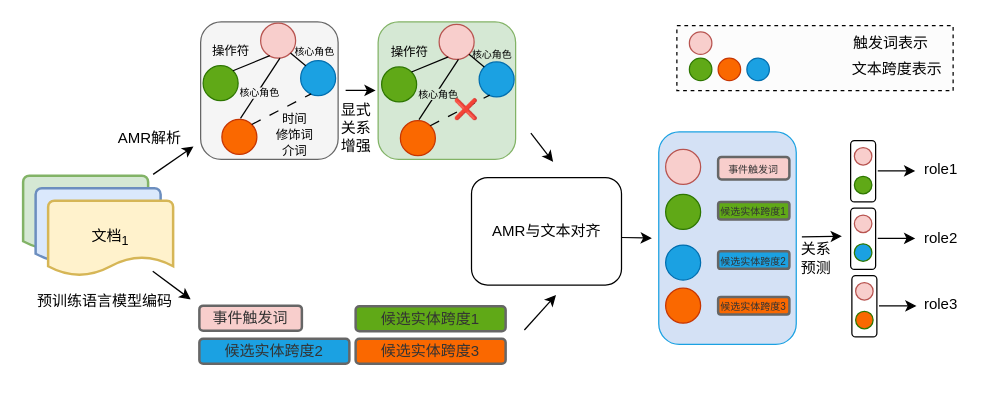
The draw.io diagram work2/AMR-ERGP-model-中文版.drawio in crawlerWPS/drawing, before the edit. Source tidied: cells renumbered, new cells numbered last; positions are measured from the earlier drawing's top-left corner, leaving out a move shared by most shapes. Both pictures are drawn from the tidied source at 125%, with x=0, y=0 at pixel (22, 21).
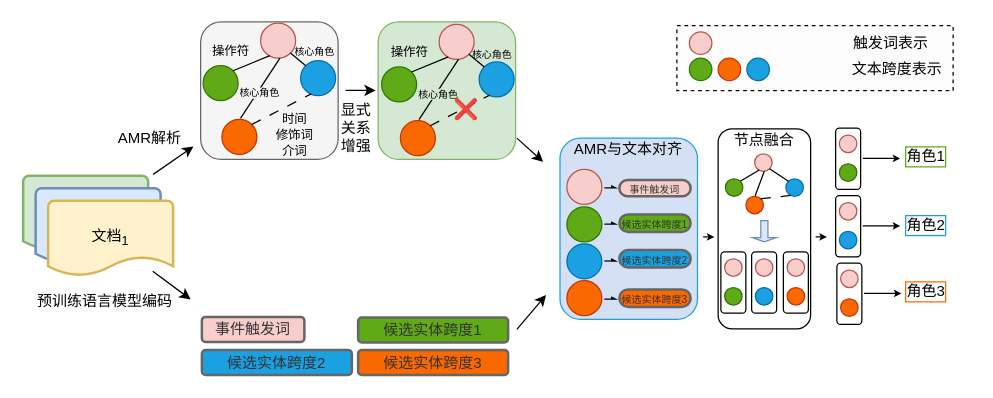
The same page after the edit.

Commit message:
更新AMR-ERGP-model-中文版.drawio

Diff of the diagram source:
```diff
@@
     <mxCell id="2" style="rounded=1;whiteSpace=wrap;html=1;" parent="1" vertex="1">
-      <mxGeometry x="662" y="95" width="20" height="49" as="geometry" />
+      <mxGeometry x="650" y="85" width="20" height="49" as="geometry" />
     </mxCell>
@@
     <mxCell id="6" value="事件触发词" style="rounded=1;whiteSpace=wrap;html=1;strokeWidth=2;fillColor=#F8CECC;fontColor=#333333;strokeColor=#666666;" parent="1" vertex="1">
-      <mxGeometry x="141" y="227" width="82" height="20" as="geometry" />
+      <mxGeometry x="143" y="236" width="82" height="20" as="geometry" />
     </mxCell>
     <mxCell id="7" value="候选实体跨度1" style="rounded=1;whiteSpace=wrap;html=1;strokeWidth=2;fillColor=#60A917;fontColor=#333333;strokeColor=#666666;" parent="1" vertex="1">
-      <mxGeometry x="266" y="227.5" width="120" height="20" as="geometry" />
+      <mxGeometry x="268" y="236.5" width="120" height="20" as="geometry" />
     </mxCell>
     <mxCell id="8" value="候选实体跨度3" style="rounded=1;whiteSpace=wrap;html=1;strokeWidth=2;fillColor=#FA6800;fontColor=#333333;strokeColor=#666666;" parent="1" vertex="1">
-      <mxGeometry x="266" y="253.5" width="120" height="20" as="geometry" />
+      <mxGeometry x="268" y="262.5" width="120" height="20" as="geometry" />
     </mxCell>
@@
-    <mxCell id="25" value="AMR与文本对齐" style="rounded=1;whiteSpace=wrap;html=1;" parent="1" vertex="1">
-      <mxGeometry x="358.7" y="124.5" width="120" height="86" as="geometry" />
-    </mxCell>
@@
     <mxCell id="27" style="endArrow=classic;html=1;rounded=0;" parent="1" edge="1">
       <mxGeometry relative="1" as="geometry">
-        <mxPoint x="406.2" y="89" as="sourcePoint" />
-        <mxPoint x="424" y="112" as="targetPoint" />
+        <mxPoint x="395" y="93" as="sourcePoint" />
+        <mxPoint x="416" y="112" as="targetPoint" />
       </mxGeometry>
     </mxCell>
-    <mxCell id="28" style="rounded=0;orthogonalLoop=1;jettySize=auto;html=1;" parent="1" edge="1">
+    <mxCell id="28" style="rounded=0;orthogonalLoop=1;jettySize=auto;html=1;endSize=3;" parent="1" edge="1">
       <mxGeometry relative="1" as="geometry">
-        <mxPoint x="623" y="172" as="sourcePoint" />
-        <mxPoint x="655" y="171.5" as="targetPoint" />
+        <mxPoint x="544" y="172" as="sourcePoint" />
+        <mxPoint x="553" y="172" as="targetPoint" />
       </mxGeometry>
     </mxCell>
     <mxCell id="29" style="rounded=1;whiteSpace=wrap;html=1;fillColor=#D4E1F5;strokeColor=#1BA1E2;" parent="1" vertex="1">
-      <mxGeometry x="508.5" y="88" width="110" height="170" as="geometry" />
+      <mxGeometry x="429.5" y="93" width="110" height="145" as="geometry" />
     </mxCell>
     <mxCell id="30" style="ellipse;whiteSpace=wrap;html=1;fillColor=#f8cecc;strokeColor=#b85450;" parent="1" vertex="1">
-      <mxGeometry x="514" y="102" width="28" height="28" as="geometry" />
+      <mxGeometry x="435" y="118" width="28" height="28" as="geometry" />
     </mxCell>
     <mxCell id="31" style="ellipse;whiteSpace=wrap;html=1;fillColor=#1ba1e2;fontColor=#ffffff;strokeColor=#006EAF;" parent="1" vertex="1">
-      <mxGeometry x="514" y="178.5" width="28" height="28" as="geometry" />
+      <mxGeometry x="435" y="177.5" width="28" height="28" as="geometry" />
     </mxCell>
     <mxCell id="32" style="ellipse;whiteSpace=wrap;html=1;fillColor=#60a917;fontColor=#ffffff;strokeColor=#2D7600;" parent="1" vertex="1">
-      <mxGeometry x="514" y="138" width="28" height="28" as="geometry" />
+      <mxGeometry x="435" y="148" width="28" height="28" as="geometry" />
     </mxCell>
     <mxCell id="33" style="ellipse;whiteSpace=wrap;html=1;fillColor=#fa6800;fontColor=#000000;strokeColor=#C73500;" parent="1" vertex="1">
-      <mxGeometry x="514" y="213" width="28" height="28" as="geometry" />
+      <mxGeometry x="435" y="207" width="28" height="28" as="geometry" />
     </mxCell>
-    <mxCell id="34" value="关系&lt;br&gt;预测" style="text;html=1;align=center;verticalAlign=middle;strokeColor=none;fillColor=none;" parent="1" vertex="1">
-      <mxGeometry x="608.5" y="168.5" width="50" height="40" as="geometry" />
-    </mxCell>
     <mxCell id="35" style="ellipse;whiteSpace=wrap;html=1;fillColor=#f8cecc;strokeColor=#b85450;" parent="1" vertex="1">
-      <mxGeometry x="665" y="100.5" width="14" height="14" as="geometry" />
+      <mxGeometry x="653" y="90.5" width="14" height="14" as="geometry" />
     </mxCell>
     <mxCell id="36" style="ellipse;whiteSpace=wrap;html=1;fillColor=#60a917;fontColor=#ffffff;strokeColor=#2D7600;" parent="1" vertex="1">
-      <mxGeometry x="665" y="123.5" width="14" height="14" as="geometry" />
+      <mxGeometry x="653" y="113.5" width="14" height="14" as="geometry" />
     </mxCell>
-    <mxCell id="37" style="endArrow=classic;html=1;rounded=0;" parent="1" edge="1">
+    <mxCell id="37" style="endArrow=classic;html=1;rounded=0;startSize=6;endSize=3;" parent="1" edge="1">
       <mxGeometry relative="1" as="geometry">
-        <mxPoint x="683.7" y="119.2" as="sourcePoint" />
-        <mxPoint x="713.7" y="119.2" as="targetPoint" />
+        <mxPoint x="671.7" y="109.2" as="sourcePoint" />
+        <mxPoint x="701.7" y="109.2" as="targetPoint" />
       </mxGeometry>
     </mxCell>
     <mxCell id="38" style="rounded=1;whiteSpace=wrap;html=1;" parent="1" vertex="1">
-      <mxGeometry x="662" y="149" width="20" height="49" as="geometry" />
+      <mxGeometry x="650" y="139" width="20" height="49" as="geometry" />
     </mxCell>
     <mxCell id="39" style="ellipse;whiteSpace=wrap;html=1;fillColor=#f8cecc;strokeColor=#b85450;" parent="1" vertex="1">
-      <mxGeometry x="665" y="154.5" width="14" height="14" as="geometry" />
+      <mxGeometry x="653" y="144.5" width="14" height="14" as="geometry" />
     </mxCell>
-    <mxCell id="40" style="ellipse;whiteSpace=wrap;html=1;fillColor=#1BA1E2;fontColor=#ffffff;strokeColor=#2D7600;" parent="1" vertex="1">
-      <mxGeometry x="665" y="177.5" width="14" height="14" as="geometry" />
+    <mxCell id="40" style="ellipse;whiteSpace=wrap;html=1;fillColor=#1BA1E2;fontColor=#ffffff;strokeColor=#006EAF;" parent="1" vertex="1">
+      <mxGeometry x="653" y="167.5" width="14" height="14" as="geometry" />
     </mxCell>
-    <mxCell id="41" style="endArrow=classic;html=1;rounded=0;" parent="1" edge="1">
+    <mxCell id="41" style="endArrow=classic;html=1;rounded=0;endSize=3;" parent="1" edge="1">
       <mxGeometry relative="1" as="geometry">
-        <mxPoint x="683.7" y="173.2" as="sourcePoint" />
-        <mxPoint x="713.7" y="173.2" as="targetPoint" />
+        <mxPoint x="671.7" y="163.2" as="sourcePoint" />
+        <mxPoint x="701.7" y="163.2" as="targetPoint" />
       </mxGeometry>
     </mxCell>
     <mxCell id="42" style="rounded=1;whiteSpace=wrap;html=1;" parent="1" vertex="1">
-      <mxGeometry x="663" y="203" width="20" height="49" as="geometry" />
+      <mxGeometry x="651" y="193" width="20" height="49" as="geometry" />
     </mxCell>
     <mxCell id="43" style="ellipse;whiteSpace=wrap;html=1;fillColor=#f8cecc;strokeColor=#b85450;" parent="1" vertex="1">
-      <mxGeometry x="666" y="208.5" width="14" height="14" as="geometry" />
+      <mxGeometry x="654" y="198.5" width="14" height="14" as="geometry" />
     </mxCell>
-    <mxCell id="44" style="ellipse;whiteSpace=wrap;html=1;fillColor=#FA6800;fontColor=#ffffff;strokeColor=#2D7600;" parent="1" vertex="1">
-      <mxGeometry x="666" y="231.5" width="14" height="14" as="geometry" />
+    <mxCell id="44" style="ellipse;whiteSpace=wrap;html=1;fillColor=#FA6800;fontColor=#ffffff;strokeColor=#C73500;" parent="1" vertex="1">
+      <mxGeometry x="654" y="221.5" width="14" height="14" as="geometry" />
     </mxCell>
-    <mxCell id="45" style="endArrow=classic;html=1;rounded=0;" parent="1" edge="1">
+    <mxCell id="45" style="endArrow=classic;html=1;rounded=0;endSize=3;" parent="1" edge="1">
       <mxGeometry relative="1" as="geometry">
-        <mxPoint x="684.7" y="227.2" as="sourcePoint" />
-        <mxPoint x="714.7" y="227.2" as="targetPoint" />
+        <mxPoint x="672.7" y="217.2" as="sourcePoint" />
+        <mxPoint x="702.7" y="217.2" as="targetPoint" />
       </mxGeometry>
     </mxCell>
@@
     <mxCell id="59" style="endArrow=classic;html=1;rounded=0;" parent="1" edge="1">
       <mxGeometry relative="1" as="geometry">
-        <mxPoint x="401" y="246.5" as="sourcePoint" />
-        <mxPoint x="426.3" y="218.5" as="targetPoint" />
+        <mxPoint x="395" y="246" as="sourcePoint" />
+        <mxPoint x="418.3" y="218.5" as="targetPoint" />
       </mxGeometry>
     </mxCell>
@@
     <mxCell id="67" value="候选实体跨度2" style="rounded=1;whiteSpace=wrap;html=1;strokeWidth=2;fillColor=#1BA1E2;fontColor=#333333;strokeColor=#666666;" parent="1" vertex="1">
-      <mxGeometry x="141" y="253.5" width="120" height="20" as="geometry" />
+      <mxGeometry x="143" y="262.5" width="120" height="20" as="geometry" />
     </mxCell>
-    <mxCell id="68" style="endArrow=classic;html=1;rounded=0;" parent="1" edge="1">
-      <mxGeometry relative="1" as="geometry">
-        <mxPoint x="478.7" y="172.5" as="sourcePoint" />
-        <mxPoint x="503" y="173" as="targetPoint" />
-      </mxGeometry>
-    </mxCell>
@@
-    <mxCell id="70" value="role1" style="text;html=1;align=center;verticalAlign=middle;strokeColor=none;fillColor=none;" parent="1" vertex="1">
-      <mxGeometry x="708.5" y="103" width="50" height="30" as="geometry" />
+    <mxCell id="70" value="角色1" style="text;html=1;align=center;verticalAlign=middle;strokeColor=none;fillColor=none;labelBorderColor=#60A917;" parent="1" vertex="1">
+      <mxGeometry x="696.5" y="93" width="50" height="30" as="geometry" />
     </mxCell>
-    <mxCell id="71" value="role2" style="text;html=1;align=center;verticalAlign=middle;strokeColor=none;fillColor=none;" parent="1" vertex="1">
-      <mxGeometry x="709" y="158" width="50" height="30" as="geometry" />
+    <mxCell id="71" value="角色2" style="text;html=1;align=center;verticalAlign=middle;strokeColor=none;fillColor=none;labelBorderColor=#1BA1E2;" parent="1" vertex="1">
+      <mxGeometry x="697" y="148" width="50" height="30" as="geometry" />
     </mxCell>
-    <mxCell id="72" value="role3" style="text;html=1;align=center;verticalAlign=middle;strokeColor=none;fillColor=none;" parent="1" vertex="1">
-      <mxGeometry x="708.5" y="210.5" width="50" height="30" as="geometry" />
+    <mxCell id="72" value="角色3" style="text;html=1;align=center;verticalAlign=middle;strokeColor=none;fillColor=none;labelBorderColor=#FA6800;" parent="1" vertex="1">
+      <mxGeometry x="696.5" y="200.5" width="50" height="30" as="geometry" />
     </mxCell>
-    <mxCell id="73" value="&lt;font style=&quot;font-size: 8px;&quot;&gt;事件触发词&lt;/font&gt;" style="rounded=1;whiteSpace=wrap;html=1;strokeWidth=2;fillColor=#F8CECC;fontColor=#333333;strokeColor=#666666;" parent="1" vertex="1">
-      <mxGeometry x="556" y="108" width="57" height="18" as="geometry" />
+    <mxCell id="73" value="&lt;font style=&quot;font-size: 8px;&quot;&gt;事件触发词&lt;/font&gt;" style="rounded=1;whiteSpace=wrap;html=1;strokeWidth=2;fillColor=#F8CECC;fontColor=#333333;strokeColor=#666666;arcSize=50;" parent="1" vertex="1">
+      <mxGeometry x="477" y="126.5" width="57" height="13" as="geometry" />
     </mxCell>
-    <mxCell id="74" value="&lt;font style=&quot;font-size: 8px;&quot;&gt;候选实体跨度1&lt;/font&gt;" style="rounded=1;whiteSpace=wrap;html=1;strokeWidth=2;fillColor=#60A917;fontColor=#333333;strokeColor=#666666;" parent="1" vertex="1">
-      <mxGeometry x="556" y="144" width="57" height="14" as="geometry" />
+    <mxCell id="74" value="&lt;font style=&quot;font-size: 8px;&quot;&gt;候选实体跨度1&lt;/font&gt;" style="rounded=1;whiteSpace=wrap;html=1;strokeWidth=2;fillColor=#60A917;fontColor=#333333;strokeColor=#666666;arcSize=50;" parent="1" vertex="1">
+      <mxGeometry x="477" y="154" width="57" height="14" as="geometry" />
     </mxCell>
-    <mxCell id="75" value="&lt;font style=&quot;font-size: 8px;&quot;&gt;候选实体跨度2&lt;/font&gt;" style="rounded=1;whiteSpace=wrap;html=1;strokeWidth=2;fillColor=#1BA1E2;fontColor=#333333;strokeColor=#666666;" parent="1" vertex="1">
-      <mxGeometry x="556" y="183.5" width="57" height="14" as="geometry" />
+    <mxCell id="75" value="&lt;font style=&quot;font-size: 8px;&quot;&gt;候选实体跨度2&lt;/font&gt;" style="rounded=1;whiteSpace=wrap;html=1;strokeWidth=2;fillColor=#1BA1E2;fontColor=#333333;strokeColor=#666666;arcSize=50;" parent="1" vertex="1">
+      <mxGeometry x="477" y="182.5" width="57" height="14" as="geometry" />
     </mxCell>
-    <mxCell id="76" value="&lt;font style=&quot;font-size: 8px;&quot;&gt;候选实体跨度3&lt;/font&gt;" style="rounded=1;whiteSpace=wrap;html=1;strokeWidth=2;fillColor=#FA6800;fontColor=#333333;strokeColor=#666666;" parent="1" vertex="1">
-      <mxGeometry x="556" y="220" width="57" height="14" as="geometry" />
+    <mxCell id="76" value="&lt;font style=&quot;font-size: 8px;&quot;&gt;候选实体跨度3&lt;/font&gt;" style="rounded=1;whiteSpace=wrap;html=1;strokeWidth=2;fillColor=#FA6800;fontColor=#333333;strokeColor=#666666;arcSize=50;" parent="1" vertex="1">
+      <mxGeometry x="477" y="214" width="57" height="14" as="geometry" />
     </mxCell>
+    <mxCell id="25" value="&lt;span style=&quot;color: rgb(0, 0, 0); font-family: Helvetica; font-size: 12px; font-style: normal; font-variant-ligatures: normal; font-variant-caps: normal; font-weight: 400; letter-spacing: normal; orphans: 2; text-align: center; text-indent: 0px; text-transform: none; widows: 2; word-spacing: 0px; -webkit-text-stroke-width: 0px; text-decoration-thickness: initial; text-decoration-style: initial; text-decoration-color: initial; float: none; display: inline !important;&quot;&gt;AMR与文本对齐&lt;/span&gt;" style="text;whiteSpace=wrap;html=1;labelBackgroundColor=none;fillColor=none;gradientColor=none;" parent="1" vertex="1">
+      <mxGeometry x="439" y="88" width="94" height="40" as="geometry" />
+    </mxCell>
+    <mxCell id="77" style="endArrow=async;html=1;rounded=0;endFill=0;startSize=2;endSize=2;" parent="1" edge="1">
+      <mxGeometry relative="1" as="geometry">
+        <mxPoint x="465" y="221.8" as="sourcePoint" />
+        <mxPoint x="475" y="221.8" as="targetPoint" />
+      </mxGeometry>
+    </mxCell>
+    <mxCell id="78" style="endArrow=async;html=1;rounded=0;endFill=0;startSize=2;endSize=2;" parent="1" edge="1">
+      <mxGeometry relative="1" as="geometry">
+        <mxPoint x="465" y="191.3" as="sourcePoint" />
+        <mxPoint x="475" y="191.3" as="targetPoint" />
+      </mxGeometry>
+    </mxCell>
+    <mxCell id="79" style="endArrow=async;html=1;rounded=0;endFill=0;startSize=2;endSize=2;" parent="1" edge="1">
+      <mxGeometry relative="1" as="geometry">
+        <mxPoint x="465" y="132.8" as="sourcePoint" />
+        <mxPoint x="475" y="132.8" as="targetPoint" />
+      </mxGeometry>
+    </mxCell>
+    <mxCell id="80" style="endArrow=async;html=1;rounded=0;endFill=0;startSize=2;endSize=2;" parent="1" edge="1">
+      <mxGeometry relative="1" as="geometry">
+        <mxPoint x="465" y="161.8" as="sourcePoint" />
+        <mxPoint x="475" y="161.8" as="targetPoint" />
+      </mxGeometry>
+    </mxCell>
+    <mxCell id="81" style="rounded=1;whiteSpace=wrap;html=1;" parent="1" vertex="1">
+      <mxGeometry x="556" y="85.5" width="74" height="160" as="geometry" />
+    </mxCell>
+    <mxCell id="82" value="&lt;span style=&quot;color: rgb(0, 0, 0); font-family: Helvetica; font-size: 12px; font-style: normal; font-variant-ligatures: normal; font-variant-caps: normal; font-weight: 400; letter-spacing: normal; orphans: 2; text-align: center; text-indent: 0px; text-transform: none; widows: 2; word-spacing: 0px; -webkit-text-stroke-width: 0px; text-decoration-thickness: initial; text-decoration-style: initial; text-decoration-color: initial; float: none; display: inline !important;&quot;&gt;节点融合&lt;/span&gt;" style="text;whiteSpace=wrap;html=1;labelBackgroundColor=none;fillColor=none;gradientColor=none;" parent="1" vertex="1">
+      <mxGeometry x="567" y="81.2" width="52" height="23.5" as="geometry" />
+    </mxCell>
+    <mxCell id="83" style="ellipse;whiteSpace=wrap;html=1;fillColor=#f8cecc;strokeColor=#b85450;" parent="1" vertex="1">
+      <mxGeometry x="585.2" y="105.5" width="14" height="14" as="geometry" />
+    </mxCell>
+    <mxCell id="84" style="ellipse;whiteSpace=wrap;html=1;fillColor=#1ba1e2;fontColor=#ffffff;strokeColor=#006EAF;" parent="1" vertex="1">
+      <mxGeometry x="610.2" y="125.5" width="14" height="14" as="geometry" />
+    </mxCell>
+    <mxCell id="85" style="ellipse;whiteSpace=wrap;html=1;fillColor=#60a917;fontColor=#ffffff;strokeColor=#2D7600;" parent="1" vertex="1">
+      <mxGeometry x="561.8" y="125.5" width="14" height="14" as="geometry" />
+    </mxCell>
+    <mxCell id="86" style="endArrow=none;html=1;rounded=0;exitX=1;exitY=0;exitDx=0;exitDy=0;entryX=0.262;entryY=0.93;entryDx=0;entryDy=0;entryPerimeter=0;" parent="1" edge="1" source="85" target="83">
+      <mxGeometry relative="1" as="geometry" />
+    </mxCell>
+    <mxCell id="87" style="endArrow=none;html=1;rounded=0;entryX=0;entryY=0;entryDx=0;entryDy=0;exitX=1;exitY=1;exitDx=0;exitDy=0;" parent="1" edge="1" source="83" target="84">
+      <mxGeometry relative="1" as="geometry" />
+    </mxCell>
+    <mxCell id="88" style="ellipse;whiteSpace=wrap;html=1;fillColor=#fa6800;fontColor=#000000;strokeColor=#C73500;" parent="1" vertex="1">
+      <mxGeometry x="578.2" y="139.5" width="14" height="14" as="geometry" />
+    </mxCell>
+    <mxCell id="89" style="endArrow=none;html=1;rounded=0;entryX=0.552;entryY=1.001;entryDx=0;entryDy=0;entryPerimeter=0;exitX=0.532;exitY=-0.029;exitDx=0;exitDy=0;exitPerimeter=0;" parent="1" edge="1" source="88" target="83">
+      <mxGeometry relative="1" as="geometry" />
+    </mxCell>
+    <mxCell id="90" style="endArrow=none;html=1;rounded=0;entryX=0.301;entryY=0.951;entryDx=0;entryDy=0;entryPerimeter=0;exitX=1;exitY=0;exitDx=0;exitDy=0;labelBackgroundColor=none;dashed=1;dashPattern=8 8;" parent="1" edge="1" source="88" target="84">
+      <mxGeometry y="-23" relative="1" as="geometry" />
+    </mxCell>
+    <mxCell id="91" style="shape=singleArrow;direction=south;whiteSpace=wrap;html=1;fillColor=#dae8fc;strokeColor=#6c8ebf;" parent="1" vertex="1">
+      <mxGeometry x="583.5" y="159" width="19" height="17" as="geometry" />
+    </mxCell>
+    <mxCell id="92" style="rounded=1;whiteSpace=wrap;html=1;" parent="1" vertex="1">
+      <mxGeometry x="558.2" y="184" width="20" height="49" as="geometry" />
+    </mxCell>
+    <mxCell id="93" style="ellipse;whiteSpace=wrap;html=1;fillColor=#f8cecc;strokeColor=#b85450;" parent="1" vertex="1">
+      <mxGeometry x="561.2" y="189.5" width="14" height="14" as="geometry" />
+    </mxCell>
+    <mxCell id="94" style="ellipse;whiteSpace=wrap;html=1;fillColor=#60a917;fontColor=#ffffff;strokeColor=#2D7600;" parent="1" vertex="1">
+      <mxGeometry x="561.2" y="212.5" width="14" height="14" as="geometry" />
+    </mxCell>
+    <mxCell id="95" style="rounded=1;whiteSpace=wrap;html=1;" parent="1" vertex="1">
+      <mxGeometry x="582.8" y="184" width="20" height="49" as="geometry" />
+    </mxCell>
+    <mxCell id="96" style="ellipse;whiteSpace=wrap;html=1;fillColor=#f8cecc;strokeColor=#b85450;" parent="1" vertex="1">
+      <mxGeometry x="585.8" y="189.5" width="14" height="14" as="geometry" />
+    </mxCell>
+    <mxCell id="97" style="ellipse;whiteSpace=wrap;html=1;fillColor=#1BA1E2;fontColor=#ffffff;strokeColor=#006EAF;" parent="1" vertex="1">
+      <mxGeometry x="585.8" y="212.5" width="14" height="14" as="geometry" />
+    </mxCell>
+    <mxCell id="98" style="rounded=1;whiteSpace=wrap;html=1;" parent="1" vertex="1">
+      <mxGeometry x="608.2" y="184" width="20" height="49" as="geometry" />
+    </mxCell>
+    <mxCell id="99" style="ellipse;whiteSpace=wrap;html=1;fillColor=#f8cecc;strokeColor=#b85450;" parent="1" vertex="1">
+      <mxGeometry x="611.2" y="189.5" width="14" height="14" as="geometry" />
+    </mxCell>
+    <mxCell id="100" style="ellipse;whiteSpace=wrap;html=1;fillColor=#FA6800;fontColor=#ffffff;strokeColor=#C73500;" parent="1" vertex="1">
+      <mxGeometry x="611.2" y="212.5" width="14" height="14" as="geometry" />
+    </mxCell>
+    <mxCell id="101" style="rounded=0;orthogonalLoop=1;jettySize=auto;html=1;endSize=3;" parent="1" edge="1">
+      <mxGeometry relative="1" as="geometry">
+        <mxPoint x="634" y="172" as="sourcePoint" />
+        <mxPoint x="643" y="172" as="targetPoint" />
+      </mxGeometry>
+    </mxCell>
```
